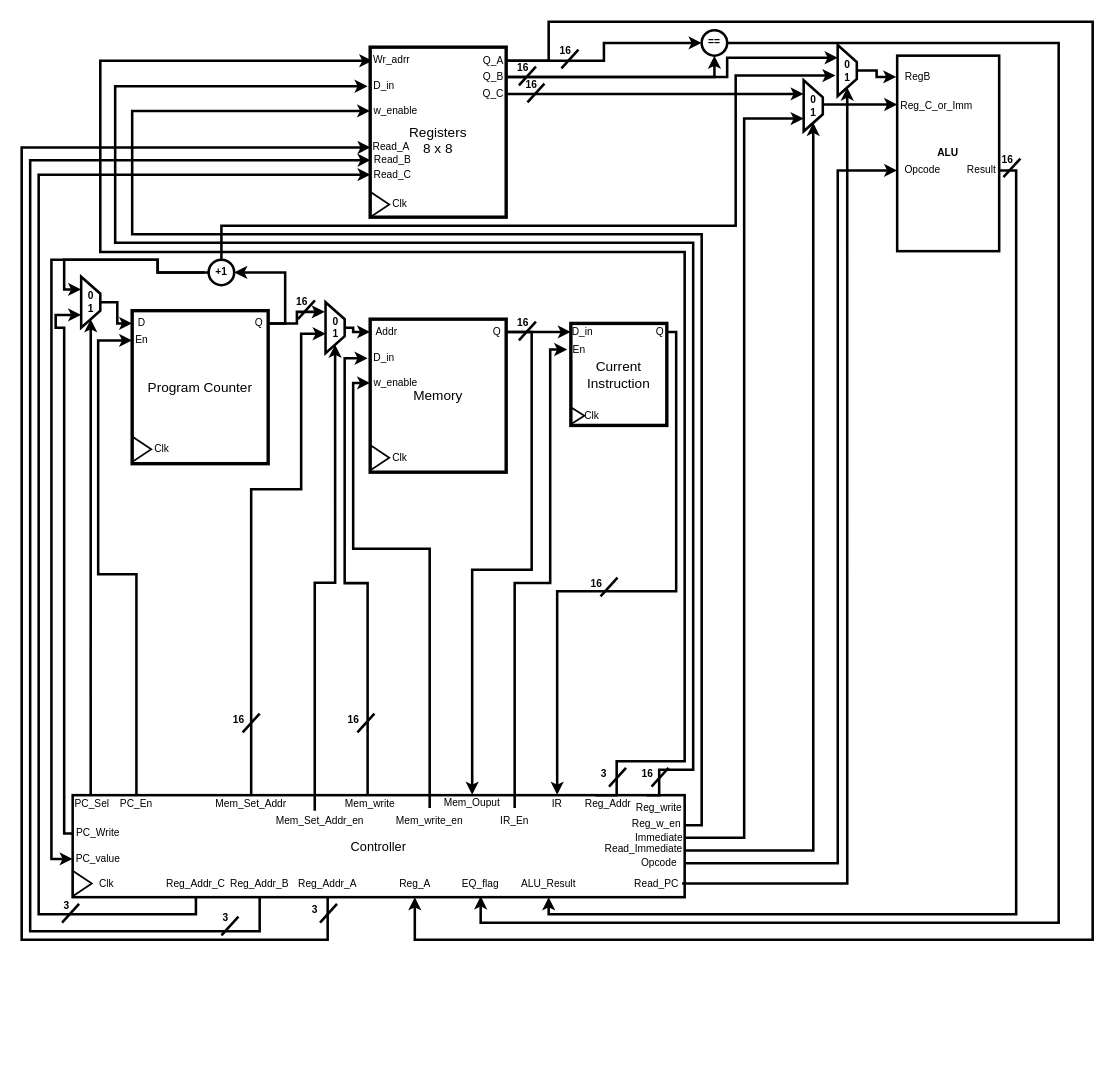
adityab7106/RiSC-16 keeps this draw.io diagram as page "Control Unit" (2 of 2) of docs/diagrams/XML_Files/RTL_diagrams.drawio. Above is the earlier version. Source tidied: cells renumbered, new cells numbered last; positions are measured from the earlier drawing's top-left corner, leaving out a move shared by most shapes. Both pictures are drawn from the tidied source at 85%, with x=0, y=0 at pixel (21, 21).
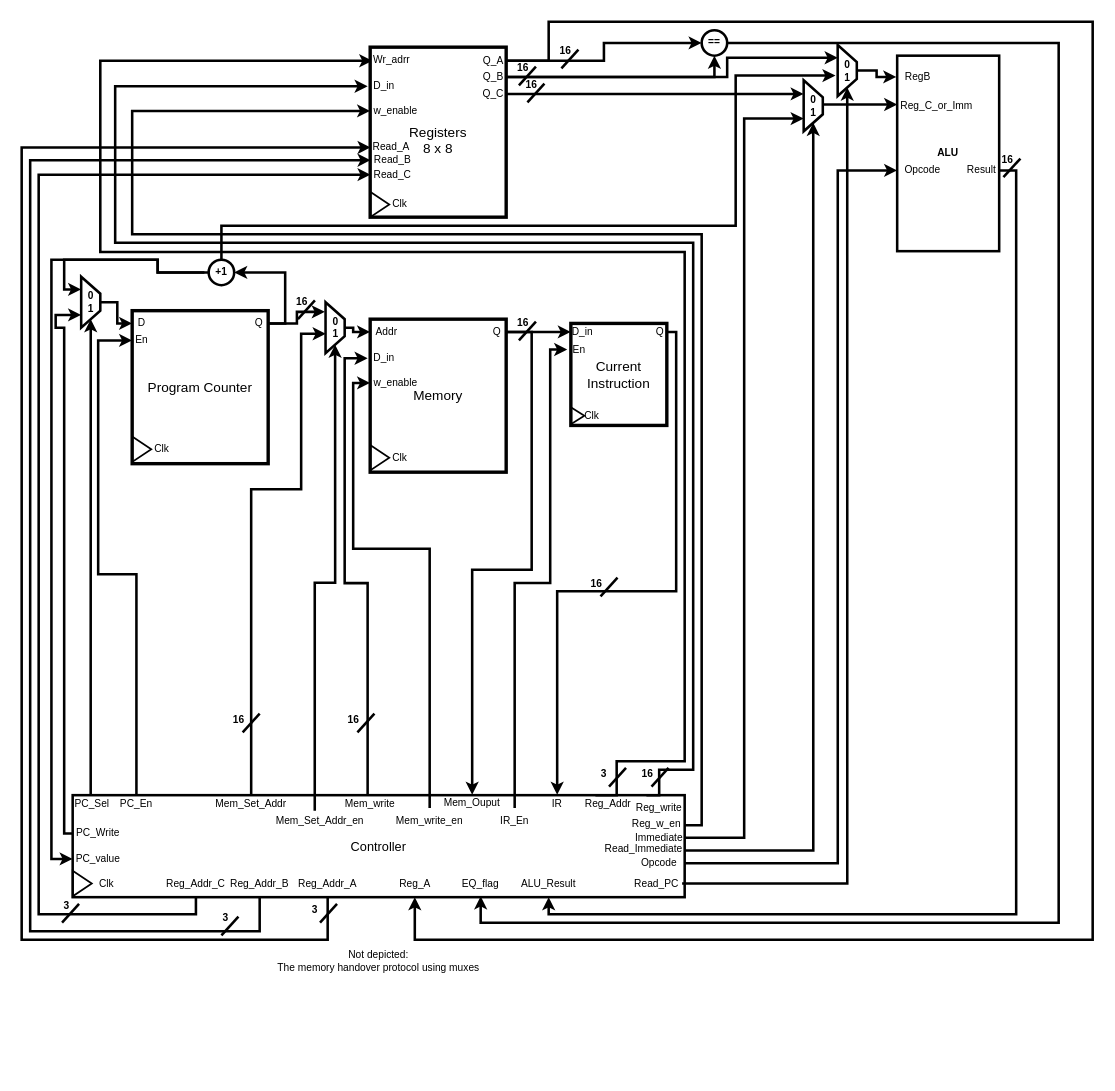
After the change.

Diff of the diagram source:
```diff
@@
+    <mxCell id="153" value="Not depicted:&lt;br&gt;The memory handover protocol using muxes" style="text;html=1;whiteSpace=wrap;strokeColor=none;fillColor=none;align=center;verticalAlign=middle;rounded=0;" parent="1" vertex="1">
+      <mxGeometry x="235" y="970" width="370" height="270" as="geometry" />
+    </mxCell>
```
